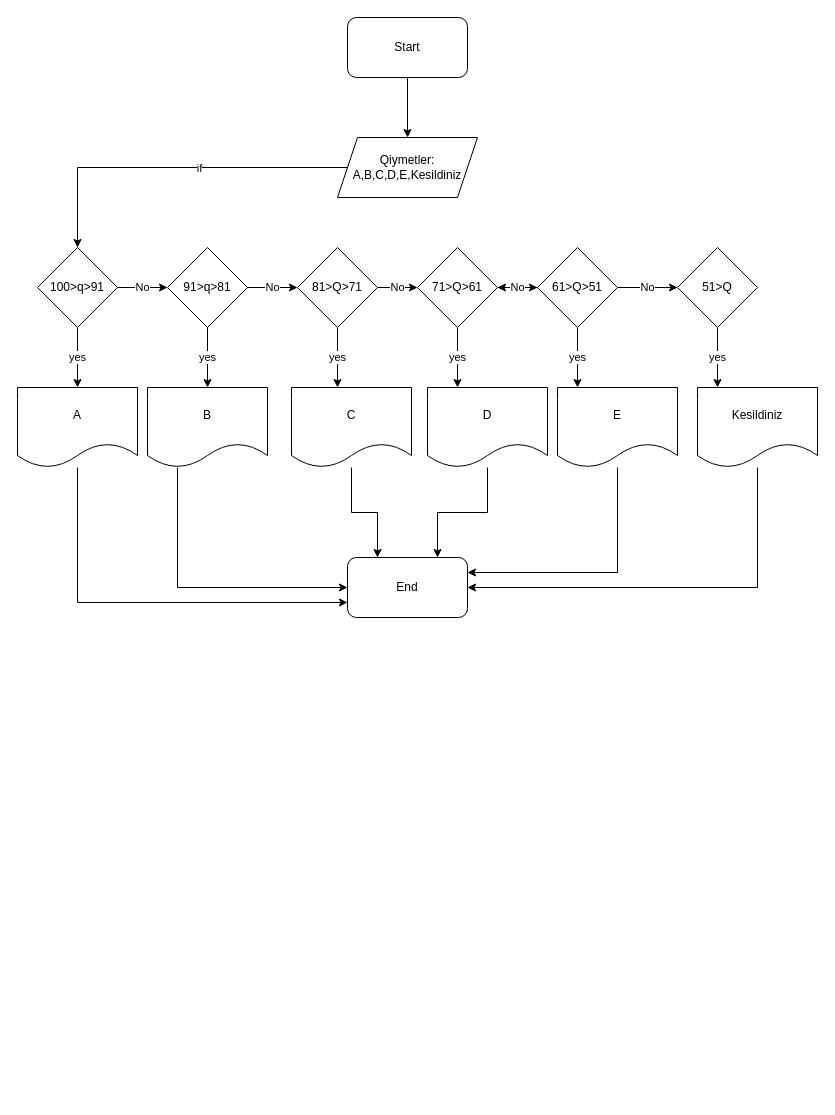
The draw.io diagram Untitled Diagram.drawio in MetinAgayev/Test, before the edit. Source tidied: cells renumbered, new cells numbered last; positions are measured from the earlier drawing's top-left corner, leaving out a move shared by most shapes. Both pictures are drawn from the tidied source at 100%, with x=0, y=0 at pixel (17, 17).
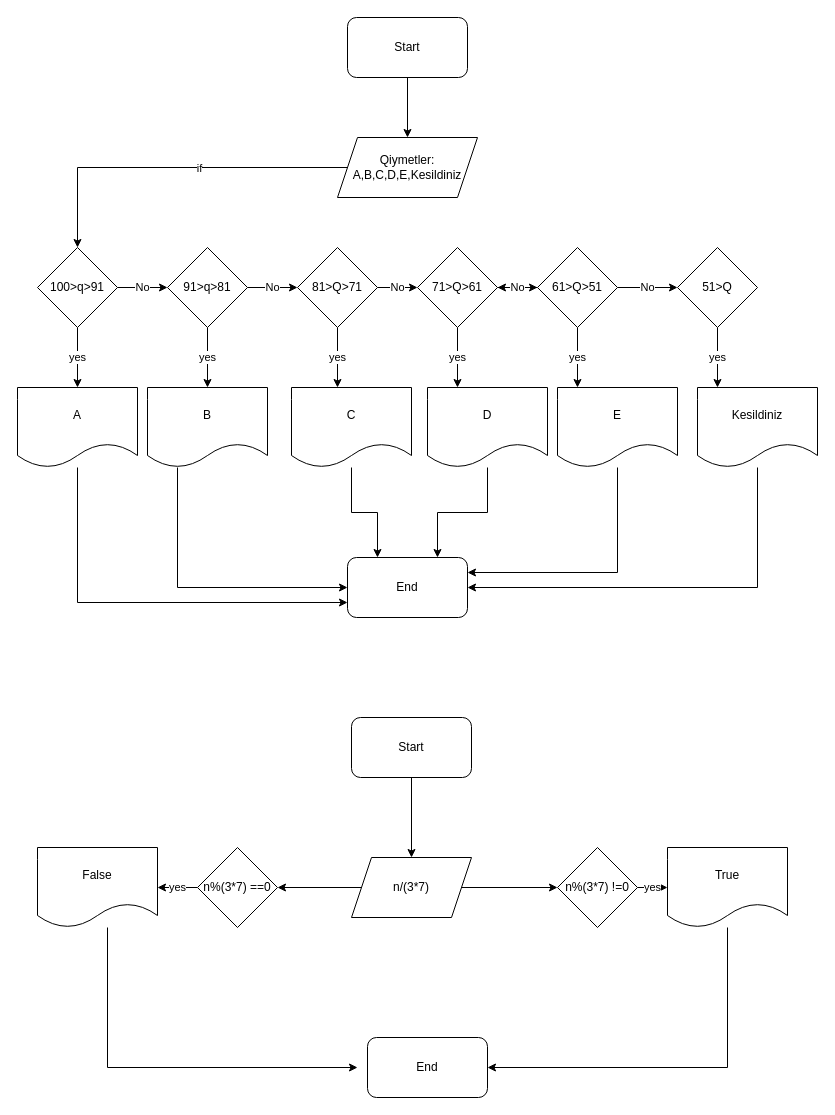
After the change.

The edit, as a diff of the source:
```diff
@@
+    <mxCell id="38" style="edgeStyle=orthogonalEdgeStyle;rounded=0;jettySize=auto;html=1;entryX=0.5;entryY=0;entryDx=0;entryDy=0;" parent="1" edge="1" source="39" target="42">
+      <mxGeometry relative="1" as="geometry" />
+    </mxCell>
+    <mxCell id="39" value="Start" style="rounded=1;whiteSpace=wrap;html=1;" parent="1" vertex="1">
+      <mxGeometry x="334" y="700" width="120" height="60" as="geometry" />
+    </mxCell>
+    <mxCell id="40" style="edgeStyle=orthogonalEdgeStyle;rounded=0;jettySize=auto;html=1;entryX=1;entryY=0.5;entryDx=0;entryDy=0;" parent="1" edge="1" source="42" target="46">
+      <mxGeometry relative="1" as="geometry" />
+    </mxCell>
+    <mxCell id="41" style="edgeStyle=orthogonalEdgeStyle;rounded=0;jettySize=auto;html=1;entryX=0;entryY=0.5;entryDx=0;entryDy=0;" parent="1" edge="1" source="42" target="44">
+      <mxGeometry relative="1" as="geometry" />
+    </mxCell>
+    <mxCell id="42" value="n/(3*7)" style="shape=parallelogram;perimeter=parallelogramPerimeter;whiteSpace=wrap;html=1;fixedSize=1;" parent="1" vertex="1">
+      <mxGeometry x="334" y="840" width="120" height="60" as="geometry" />
+    </mxCell>
+    <mxCell id="43" value="yes" style="edgeStyle=orthogonalEdgeStyle;rounded=0;jettySize=auto;html=1;entryX=0;entryY=0.5;entryDx=0;entryDy=0;" parent="1" edge="1" source="44" target="50">
+      <mxGeometry relative="1" as="geometry" />
+    </mxCell>
+    <mxCell id="44" value="n%(3*7) !=0" style="rhombus;whiteSpace=wrap;html=1;" parent="1" vertex="1">
+      <mxGeometry x="540" y="830" width="80" height="80" as="geometry" />
+    </mxCell>
+    <mxCell id="45" value="yes" style="edgeStyle=orthogonalEdgeStyle;rounded=0;jettySize=auto;html=1;entryX=1;entryY=0.5;entryDx=0;entryDy=0;" parent="1" edge="1" source="46" target="48">
+      <mxGeometry relative="1" as="geometry" />
+    </mxCell>
+    <mxCell id="46" value="n%(3*7) ==0" style="rhombus;whiteSpace=wrap;html=1;" parent="1" vertex="1">
+      <mxGeometry x="180" y="830" width="80" height="80" as="geometry" />
+    </mxCell>
+    <mxCell id="47" style="edgeStyle=orthogonalEdgeStyle;rounded=0;jettySize=auto;html=1;" parent="1" edge="1" source="48">
+      <mxGeometry relative="1" as="geometry">
+        <mxPoint x="340" y="1050" as="targetPoint" />
+        <Array as="points">
+          <mxPoint x="90" y="1050" />
+        </Array>
+      </mxGeometry>
+    </mxCell>
+    <mxCell id="48" value="False" style="shape=document;whiteSpace=wrap;html=1;boundedLbl=1;" parent="1" vertex="1">
+      <mxGeometry x="20" y="830" width="120" height="80" as="geometry" />
+    </mxCell>
+    <mxCell id="49" style="edgeStyle=orthogonalEdgeStyle;rounded=0;jettySize=auto;html=1;entryX=1;entryY=0.5;entryDx=0;entryDy=0;" parent="1" edge="1" source="50" target="51">
+      <mxGeometry relative="1" as="geometry">
+        <Array as="points">
+          <mxPoint x="710" y="1050" />
+        </Array>
+      </mxGeometry>
+    </mxCell>
+    <mxCell id="50" value="True" style="shape=document;whiteSpace=wrap;html=1;boundedLbl=1;" parent="1" vertex="1">
+      <mxGeometry x="650" y="830" width="120" height="80" as="geometry" />
+    </mxCell>
+    <mxCell id="51" value="End" style="rounded=1;whiteSpace=wrap;html=1;" parent="1" vertex="1">
+      <mxGeometry x="350" y="1020" width="120" height="60" as="geometry" />
+    </mxCell>
```
